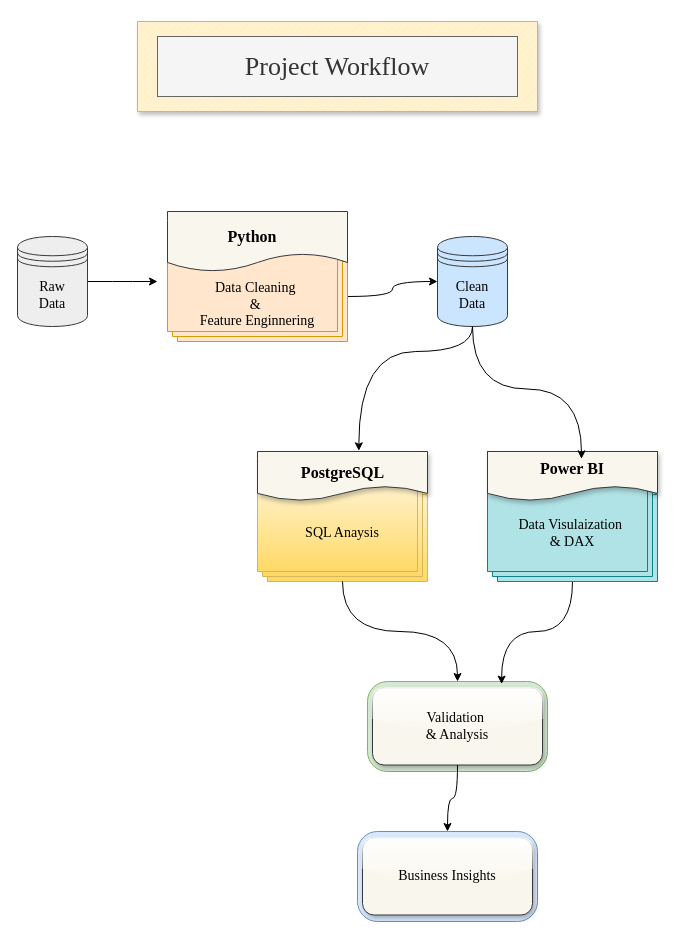
This is Images/Data Flow (Customer Shopping Trend India).drawio from TeChartDevi/customer_shopping_trend_india, a draw.io file, before an edit. Source tidied: cells renumbered, new cells numbered last; positions are measured from the earlier drawing's top-left corner, leaving out a move shared by most shapes. Both pictures are drawn from the tidied source at 100%, with x=0, y=0 at pixel (17, 21).
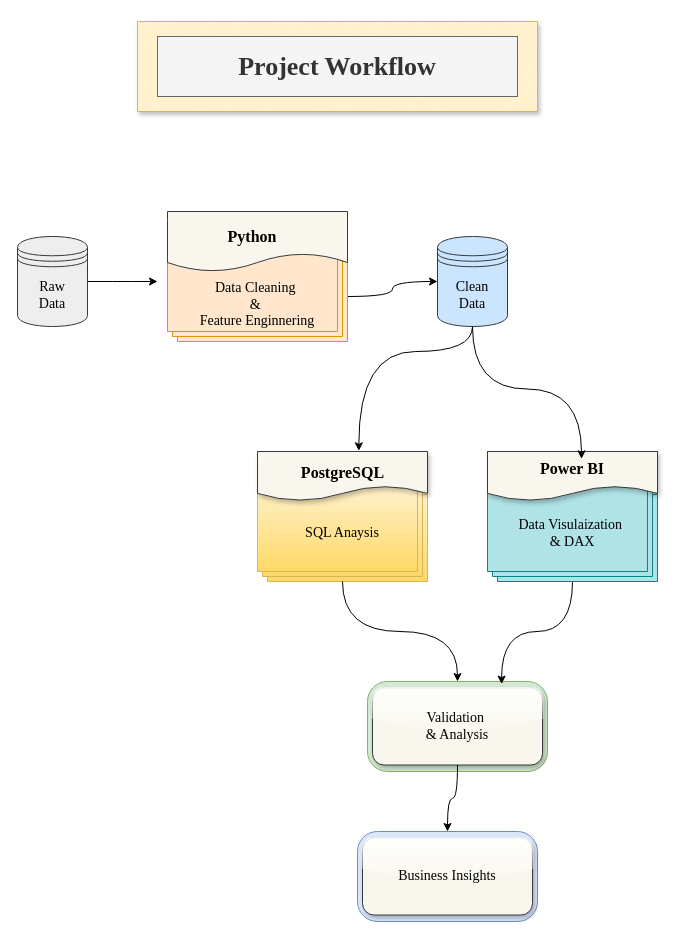
After the change.

Diff of the diagram source:
```diff
@@
-    <mxCell id="31" value="&lt;font face=&quot;Garamond&quot; style=&quot;font-size: 26px;&quot;&gt;Project Workflow&lt;/font&gt;" style="text;html=1;whiteSpace=wrap;strokeColor=#666666;fillColor=#f5f5f5;align=center;verticalAlign=middle;rounded=0;fontColor=#333333;" parent="1" vertex="1">
+    <mxCell id="31" value="&lt;font face=&quot;Garamond&quot; style=&quot;font-size: 26px;&quot;&gt;&lt;b&gt;Project Workflow&lt;/b&gt;&lt;/font&gt;" style="text;html=1;whiteSpace=wrap;strokeColor=#666666;fillColor=#f5f5f5;align=center;verticalAlign=middle;rounded=0;fontColor=#333333;" parent="1" vertex="1">
       <mxGeometry x="140" y="15" width="360" height="60" as="geometry" />
     </mxCell>
```
